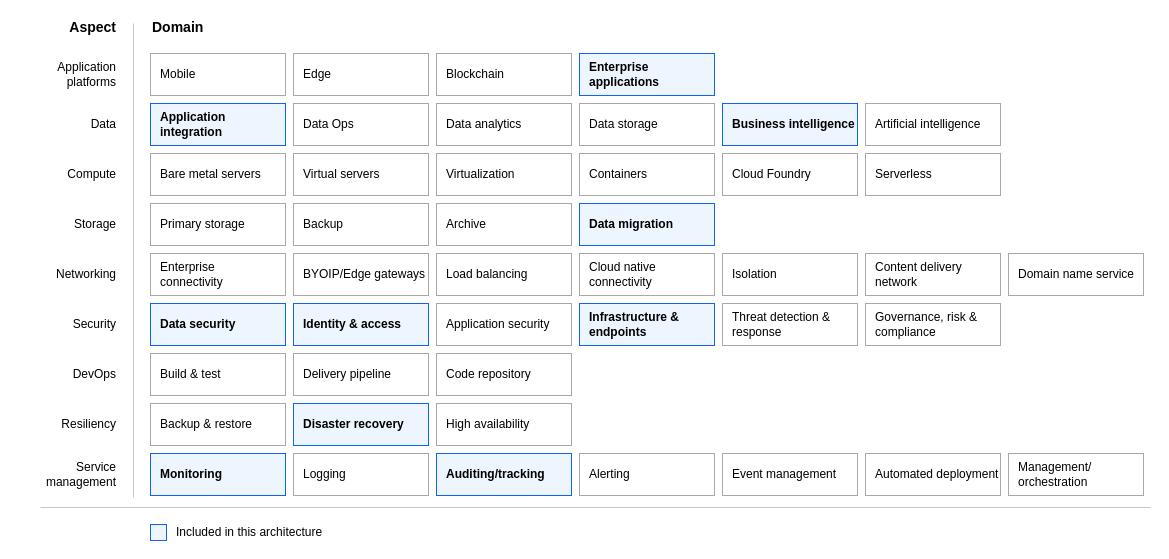
The draw.io diagram reference-architectures/heat-map.drawio in terraform-ibm-modules/terraform-ibm-cloudability-onboarding, before the edit. Source tidied: cells renumbered, new cells numbered last; positions are measured from the earlier drawing's top-left corner, leaving out a move shared by most shapes. Both pictures are drawn from the tidied source at 100%, with x=0, y=0 at pixel (17, 17).
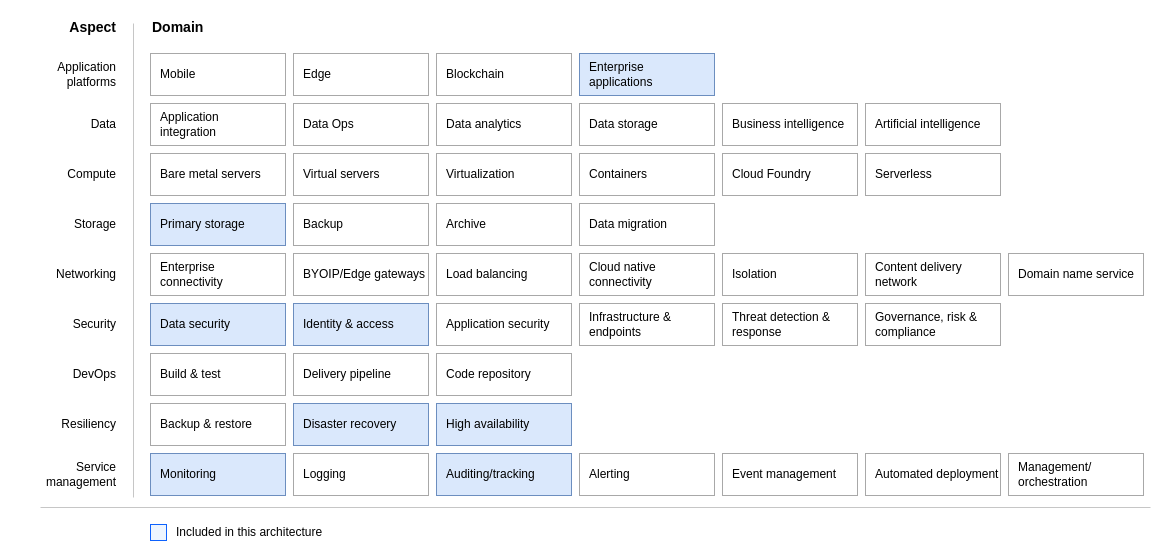
The same diagram, later.

Commit message (it also covers changes not shown here):
update approved heatmap

Diff of the diagram source:
```diff
@@
-    <mxCell id="2" value="Application&lt;br&gt;integration" style="rounded=0;whiteSpace=wrap;html=1;strokeColor=#0E62FD;align=left;spacingLeft=8;fontFamily=IBM Plex Sans;fillColor=#EDF5FF;fontStyle=1;" parent="1" vertex="1">
+    <mxCell id="2" value="Application&lt;br&gt;integration" style="rounded=0;whiteSpace=wrap;html=1;strokeColor=#A8A8A8;align=left;spacingLeft=8;fontFamily=IBM Plex Sans;fillColor=default;fontStyle=0;" parent="1" vertex="1">
       <mxGeometry x="133" y="86" width="135" height="42" as="geometry" />
     </mxCell>
+    <mxCell id="62" value="Mobile" style="rounded=0;whiteSpace=wrap;html=1;align=left;spacingLeft=8;fontFamily=IBM Plex Sans;fontStyle=0;strokeColor=#A8A8A8;" parent="1" vertex="1">
+      <mxGeometry x="133" y="36" width="135" height="42" as="geometry" />
+    </mxCell>
@@
-    <mxCell id="4" value="Primary storage" style="rounded=0;whiteSpace=wrap;html=1;strokeColor=#A8A8A8;align=left;spacingLeft=8;fontFamily=IBM Plex Sans;" parent="1" vertex="1">
+    <mxCell id="4" value="Primary storage" style="rounded=0;whiteSpace=wrap;html=1;strokeColor=#6c8ebf;align=left;spacingLeft=8;fontFamily=IBM Plex Sans;fillColor=#dae8fc;" parent="1" vertex="1">
       <mxGeometry x="133" y="186" width="135" height="42" as="geometry" />
     </mxCell>
-    <mxCell id="5" value="Enterprise &lt;br&gt;connectivity" style="rounded=0;whiteSpace=wrap;html=1;strokeColor=#A8A8A8;align=left;spacingLeft=8;fontFamily=IBM Plex Sans;" parent="1" vertex="1">
+    <mxCell id="5" value="Enterprise &lt;br&gt;connectivity" style="rounded=0;whiteSpace=wrap;html=1;align=left;spacingLeft=8;fontFamily=IBM Plex Sans;strokeColor=#A8A8A8;fontStyle=0;" parent="1" vertex="1">
       <mxGeometry x="133" y="236" width="135" height="42" as="geometry" />
     </mxCell>
@@
-    <mxCell id="7" value="Data security" style="rounded=0;whiteSpace=wrap;html=1;strokeColor=#0E62FD;align=left;spacingLeft=8;fontFamily=IBM Plex Sans;fontStyle=1;fillColor=#EDF5FF;" parent="1" vertex="1">
+    <mxCell id="7" value="Data security" style="rounded=0;whiteSpace=wrap;html=1;strokeColor=#6c8ebf;align=left;spacingLeft=8;fontFamily=IBM Plex Sans;fontStyle=0;fillColor=#dae8fc;" parent="1" vertex="1">
       <mxGeometry x="133" y="286" width="135" height="42" as="geometry" />
     </mxCell>
-    <mxCell id="8" value="Backup &amp;amp; restore" style="rounded=0;whiteSpace=wrap;html=1;strokeColor=#A8A8A8;align=left;spacingLeft=8;fontFamily=IBM Plex Sans;" parent="1" vertex="1">
+    <mxCell id="8" value="Backup &amp;amp; restore" style="rounded=0;whiteSpace=wrap;html=1;align=left;spacingLeft=8;fontFamily=IBM Plex Sans;strokeColor=#A8A8A8;fontStyle=0;" parent="1" vertex="1">
       <mxGeometry x="133" y="386" width="135" height="42" as="geometry" />
     </mxCell>
-    <mxCell id="9" value="Monitoring" style="rounded=0;whiteSpace=wrap;html=1;strokeColor=#0E62FD;align=left;spacingLeft=8;fontFamily=IBM Plex Sans;fillColor=#EDF5FF;fontStyle=1;" parent="1" vertex="1">
+    <mxCell id="9" value="Monitoring" style="rounded=0;whiteSpace=wrap;html=1;strokeColor=#6c8ebf;align=left;spacingLeft=8;fontFamily=IBM Plex Sans;fillColor=#dae8fc;" parent="1" vertex="1">
       <mxGeometry x="133" y="436" width="135" height="42" as="geometry" />
     </mxCell>
@@
-    <mxCell id="12" value="Enterprise &lt;br&gt;applications" style="rounded=0;whiteSpace=wrap;html=1;strokeColor=#0E62FD;align=left;spacingLeft=8;fontFamily=IBM Plex Sans;fillColor=#EDF5FF;fontStyle=1;" parent="1" vertex="1">
+    <mxCell id="12" value="Enterprise &lt;br&gt;applications" style="rounded=0;whiteSpace=wrap;html=1;strokeColor=#6c8ebf;align=left;spacingLeft=8;fontFamily=IBM Plex Sans;fillColor=#dae8fc;fontStyle=0;" parent="1" vertex="1">
       <mxGeometry x="562" y="36" width="135" height="42" as="geometry" />
     </mxCell>
@@
-    <mxCell id="16" value="Business intelligence" style="rounded=0;whiteSpace=wrap;html=1;strokeColor=#0E62FD;align=left;spacingLeft=8;fontFamily=IBM Plex Sans;fillColor=#EDF5FF;fontStyle=1;" parent="1" vertex="1">
+    <mxCell id="16" value="Business intelligence" style="rounded=0;whiteSpace=wrap;html=1;strokeColor=#A8A8A8;align=left;spacingLeft=8;fontFamily=IBM Plex Sans;fillColor=default;fontStyle=0;" parent="1" vertex="1">
       <mxGeometry x="705" y="86" width="135" height="42" as="geometry" />
     </mxCell>
@@
-    <mxCell id="22" value="Backup" style="rounded=0;whiteSpace=wrap;html=1;strokeColor=#A8A8A8;align=left;spacingLeft=8;fontFamily=IBM Plex Sans;fillColor=default;fontStyle=0;" parent="1" vertex="1">
+    <mxCell id="22" value="Backup" style="rounded=0;whiteSpace=wrap;html=1;align=left;spacingLeft=8;fontFamily=IBM Plex Sans;fontStyle=0;strokeColor=#A8A8A8;" parent="1" vertex="1">
       <mxGeometry x="276" y="186" width="135" height="42" as="geometry" />
     </mxCell>
-    <mxCell id="23" value="Archive" style="rounded=0;whiteSpace=wrap;html=1;strokeColor=#A8A8A8;align=left;spacingLeft=8;fontFamily=IBM Plex Sans;fillColor=default;fontStyle=0;" parent="1" vertex="1">
+    <mxCell id="23" value="Archive" style="rounded=0;whiteSpace=wrap;html=1;align=left;spacingLeft=8;fontFamily=IBM Plex Sans;fontStyle=0;strokeColor=#A8A8A8;" parent="1" vertex="1">
       <mxGeometry x="419" y="186" width="135" height="42" as="geometry" />
     </mxCell>
-    <mxCell id="24" value="Data migration" style="rounded=0;whiteSpace=wrap;html=1;strokeColor=#0E62FD;align=left;spacingLeft=8;fontFamily=IBM Plex Sans;fillColor=#EDF5FF;fontStyle=1;" parent="1" vertex="1">
+    <mxCell id="24" value="Data migration" style="rounded=0;whiteSpace=wrap;html=1;strokeColor=#A8A8A8;align=left;spacingLeft=8;fontFamily=IBM Plex Sans;fillColor=default;fontStyle=0;" parent="1" vertex="1">
       <mxGeometry x="562" y="186" width="135" height="42" as="geometry" />
     </mxCell>
-    <mxCell id="25" value="BYOIP/Edge gateways" style="rounded=0;whiteSpace=wrap;html=1;strokeColor=#A8A8A8;align=left;spacingLeft=8;fontFamily=IBM Plex Sans;fillColor=default;fontStyle=0;" parent="1" vertex="1">
+    <mxCell id="25" value="BYOIP/Edge gateways" style="rounded=0;whiteSpace=wrap;html=1;align=left;spacingLeft=8;fontFamily=IBM Plex Sans;fontStyle=0;strokeColor=#A8A8A8;" parent="1" vertex="1">
       <mxGeometry x="276" y="236" width="135" height="42" as="geometry" />
     </mxCell>
-    <mxCell id="26" value="Load balancing" style="rounded=0;whiteSpace=wrap;html=1;strokeColor=#A8A8A8;align=left;spacingLeft=8;fontFamily=IBM Plex Sans;fillColor=default;fontStyle=0;" parent="1" vertex="1">
+    <mxCell id="26" value="Load balancing" style="rounded=0;whiteSpace=wrap;html=1;align=left;spacingLeft=8;fontFamily=IBM Plex Sans;fontStyle=0;strokeColor=#A8A8A8;" parent="1" vertex="1">
       <mxGeometry x="419" y="236" width="135" height="42" as="geometry" />
     </mxCell>
-    <mxCell id="27" value="Cloud native connectivity" style="rounded=0;whiteSpace=wrap;html=1;strokeColor=#A8A8A8;align=left;spacingLeft=8;fontFamily=IBM Plex Sans;fillColor=default;fontStyle=0;" parent="1" vertex="1">
+    <mxCell id="27" value="Cloud native connectivity" style="rounded=0;whiteSpace=wrap;html=1;align=left;spacingLeft=8;fontFamily=IBM Plex Sans;fontStyle=0;strokeColor=#A8A8A8;" parent="1" vertex="1">
       <mxGeometry x="562" y="236" width="135" height="42" as="geometry" />
     </mxCell>
-    <mxCell id="28" value="Isolation" style="rounded=0;whiteSpace=wrap;html=1;strokeColor=#A8A8A8;align=left;spacingLeft=8;fontFamily=IBM Plex Sans;fillColor=default;fontStyle=0;" parent="1" vertex="1">
+    <mxCell id="28" value="Isolation" style="rounded=0;whiteSpace=wrap;html=1;align=left;spacingLeft=8;fontFamily=IBM Plex Sans;fontStyle=0;strokeColor=#A8A8A8;" parent="1" vertex="1">
       <mxGeometry x="705" y="236" width="135" height="42" as="geometry" />
     </mxCell>
@@
-    <mxCell id="31" value="Identity &amp;amp; access" style="rounded=0;whiteSpace=wrap;html=1;strokeColor=#0E62FD;align=left;spacingLeft=8;fontFamily=IBM Plex Sans;fillColor=#EDF5FF;fontStyle=1;" parent="1" vertex="1">
+    <mxCell id="31" value="Identity &amp;amp; access" style="rounded=0;whiteSpace=wrap;html=1;strokeColor=#6c8ebf;align=left;spacingLeft=8;fontFamily=IBM Plex Sans;fillColor=#dae8fc;fontStyle=0;" parent="1" vertex="1">
       <mxGeometry x="276" y="286" width="135" height="42" as="geometry" />
     </mxCell>
@@
-    <mxCell id="33" value="Infrastructure &amp;amp; endpoints" style="rounded=0;whiteSpace=wrap;html=1;strokeColor=#0E62FD;align=left;spacingLeft=8;fontFamily=IBM Plex Sans;fillColor=#EDF5FF;fontStyle=1;" parent="1" vertex="1">
+    <mxCell id="33" value="Infrastructure &amp;amp; endpoints" style="rounded=0;whiteSpace=wrap;html=1;align=left;spacingLeft=8;fontFamily=IBM Plex Sans;fontStyle=0;strokeColor=#A8A8A8;" parent="1" vertex="1">
       <mxGeometry x="562" y="286" width="135" height="42" as="geometry" />
     </mxCell>
-    <mxCell id="34" value="Threat detection &amp;amp; response" style="rounded=0;whiteSpace=wrap;html=1;strokeColor=#A8A8A8;align=left;spacingLeft=8;fontFamily=IBM Plex Sans;fillColor=default;fontStyle=0;" parent="1" vertex="1">
+    <mxCell id="34" value="Threat detection &amp;amp; response" style="rounded=0;whiteSpace=wrap;html=1;align=left;spacingLeft=8;fontFamily=IBM Plex Sans;fontStyle=0;strokeColor=#A8A8A8;" parent="1" vertex="1">
       <mxGeometry x="705" y="286" width="135" height="42" as="geometry" />
     </mxCell>
@@
-    <mxCell id="38" value="Disaster recovery" style="rounded=0;whiteSpace=wrap;html=1;strokeColor=#0E62FD;align=left;spacingLeft=8;fontFamily=IBM Plex Sans;fillColor=#EDF5FF;fontStyle=1;" parent="1" vertex="1">
+    <mxCell id="38" value="Disaster recovery" style="rounded=0;whiteSpace=wrap;html=1;strokeColor=#6c8ebf;align=left;spacingLeft=8;fontFamily=IBM Plex Sans;fillColor=#dae8fc;fontStyle=0;" parent="1" vertex="1">
       <mxGeometry x="276" y="386" width="135" height="42" as="geometry" />
     </mxCell>
-    <mxCell id="39" value="High availability" style="rounded=0;whiteSpace=wrap;html=1;strokeColor=#A8A8A8;align=left;spacingLeft=8;fontFamily=IBM Plex Sans;fillColor=default;fontStyle=0;" parent="1" vertex="1">
+    <mxCell id="39" value="High availability" style="rounded=0;whiteSpace=wrap;html=1;strokeColor=#6c8ebf;align=left;spacingLeft=8;fontFamily=IBM Plex Sans;fillColor=#dae8fc;fontStyle=0;" parent="1" vertex="1">
       <mxGeometry x="419" y="386" width="135" height="42" as="geometry" />
     </mxCell>
-    <mxCell id="40" value="Logging" style="rounded=0;whiteSpace=wrap;html=1;strokeColor=#A8A8A8;align=left;spacingLeft=8;fontFamily=IBM Plex Sans;fillColor=default;fontStyle=0;" parent="1" vertex="1">
+    <mxCell id="40" value="Logging" style="rounded=0;whiteSpace=wrap;html=1;align=left;spacingLeft=8;fontFamily=IBM Plex Sans;fontStyle=0;strokeColor=#A8A8A8;" parent="1" vertex="1">
       <mxGeometry x="276" y="436" width="135" height="42" as="geometry" />
     </mxCell>
-    <mxCell id="41" value="Auditing/tracking" style="rounded=0;whiteSpace=wrap;html=1;strokeColor=#0E62FD;align=left;spacingLeft=8;fontFamily=IBM Plex Sans;fillColor=#EDF5FF;fontStyle=1;" parent="1" vertex="1">
+    <mxCell id="41" value="Auditing/tracking" style="rounded=0;whiteSpace=wrap;html=1;strokeColor=#6c8ebf;align=left;spacingLeft=8;fontFamily=IBM Plex Sans;fillColor=#dae8fc;fontStyle=0;" parent="1" vertex="1">
       <mxGeometry x="419" y="436" width="135" height="42" as="geometry" />
     </mxCell>
-    <mxCell id="42" value="Alerting" style="rounded=0;whiteSpace=wrap;html=1;strokeColor=#A8A8A8;align=left;spacingLeft=8;fontFamily=IBM Plex Sans;fillColor=default;fontStyle=0;" parent="1" vertex="1">
+    <mxCell id="42" value="Alerting" style="rounded=0;whiteSpace=wrap;html=1;align=left;spacingLeft=8;fontFamily=IBM Plex Sans;fontStyle=0;strokeColor=#A8A8A8;" parent="1" vertex="1">
       <mxGeometry x="562" y="436" width="135" height="42" as="geometry" />
     </mxCell>
-    <mxCell id="43" value="Event management" style="rounded=0;whiteSpace=wrap;html=1;strokeColor=#A8A8A8;align=left;spacingLeft=8;fontFamily=IBM Plex Sans;fillColor=default;fontStyle=0;" parent="1" vertex="1">
+    <mxCell id="43" value="Event management" style="rounded=0;whiteSpace=wrap;html=1;align=left;spacingLeft=8;fontFamily=IBM Plex Sans;fontStyle=0;strokeColor=#A8A8A8;" parent="1" vertex="1">
       <mxGeometry x="705" y="436" width="135" height="42" as="geometry" />
     </mxCell>
-    <mxCell id="44" value="Automated deployment" style="rounded=0;whiteSpace=wrap;html=1;strokeColor=#A8A8A8;align=left;spacingLeft=8;fontFamily=IBM Plex Sans;fillColor=default;fontStyle=0;" parent="1" vertex="1">
+    <mxCell id="44" value="Automated deployment" style="rounded=0;whiteSpace=wrap;html=1;align=left;spacingLeft=8;fontFamily=IBM Plex Sans;fontStyle=0;strokeColor=#A8A8A8;" parent="1" vertex="1">
       <mxGeometry x="848" y="436" width="135" height="42" as="geometry" />
     </mxCell>
@@
-    <mxCell id="62" value="Mobile" style="rounded=0;whiteSpace=wrap;html=1;strokeColor=#A8A8A8;align=left;spacingLeft=8;fontFamily=IBM Plex Sans;fillColor=default;fontStyle=0;" parent="1" vertex="1">
-      <mxGeometry x="133" y="36" width="135" height="42" as="geometry" />
-    </mxCell>
```
